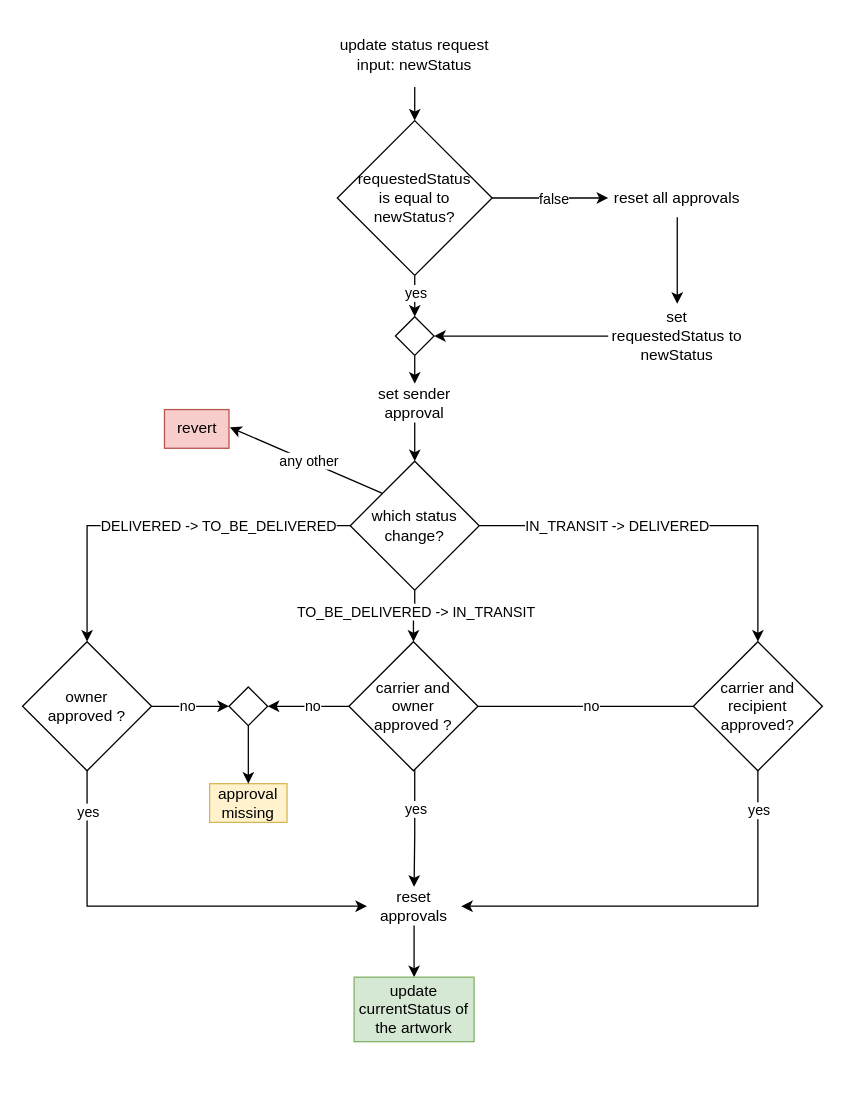
The draw.io diagram diagrams/update_status.drawio in artis-project/artis-thesis, before the edit. Source tidied: cells renumbered, new cells numbered last; positions are measured from the earlier drawing's top-left corner, leaving out a move shared by most shapes. Both pictures are drawn from the tidied source at 129%, with x=0, y=0 at pixel (22, 22).
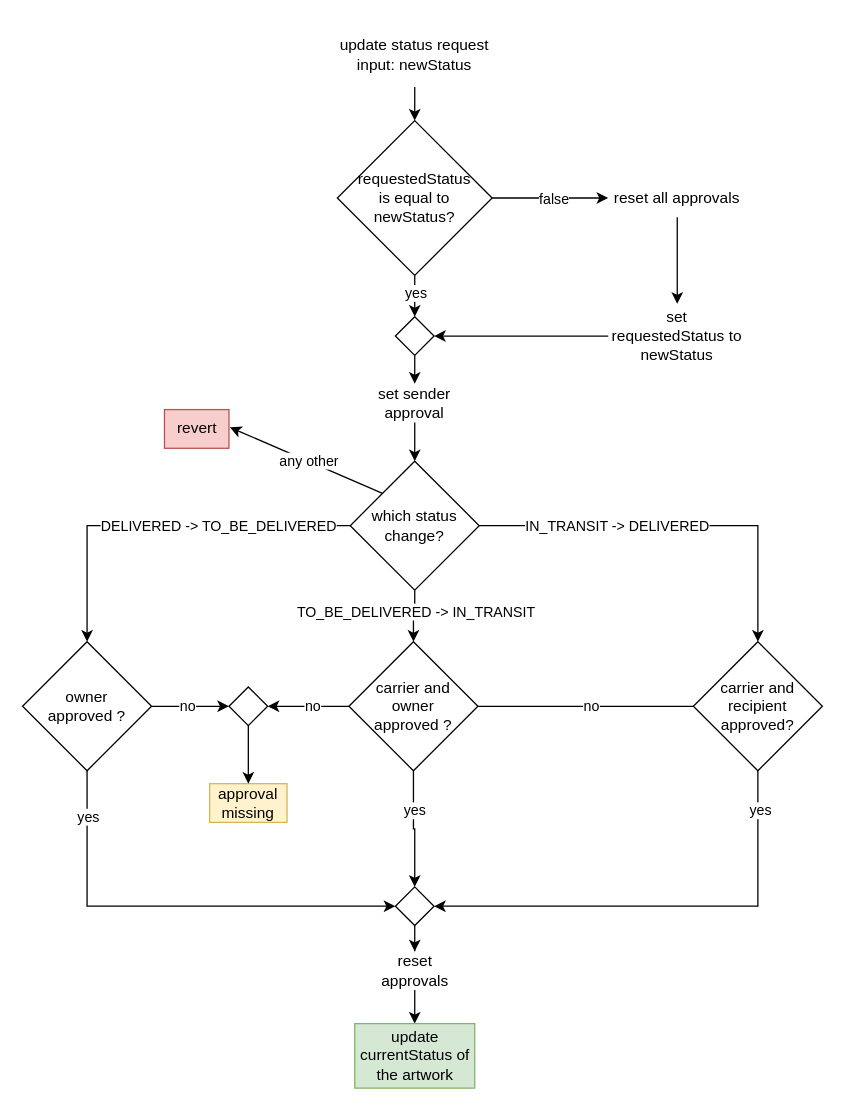
The same diagram, later.

The change refers to these unchanged cells:
```xml
<mxCell id="23" value="owner&lt;br&gt;approved ?" style="rhombus;whiteSpace=wrap;html=1;spacing=0;fontSize=12;" parent="1" vertex="1">
  <mxGeometry y="480" width="100" height="100" as="geometry" />
</mxCell>
<mxCell id="29" value="carrier and recipient approved?" style="rhombus;whiteSpace=wrap;html=1;" parent="1" vertex="1">
  <mxGeometry x="520" y="480" width="100" height="100" as="geometry" />
</mxCell>
<mxCell id="37" value="carrier and&lt;br&gt;owner &lt;br&gt;approved ?" style="rhombus;spacing=0;html=1;whiteSpace=wrap;" parent="1" vertex="1">
  <mxGeometry x="253" y="480" width="100" height="100" as="geometry" />
</mxCell>
```

Change to the diagram source:
```diff
@@
-    <mxCell id="19" style="edgeStyle=orthogonalEdgeStyle;rounded=0;jettySize=auto;html=1;entryX=0;entryY=0.5;entryDx=0;entryDy=0;" parent="1" edge="1" source="23" target="31">
+    <mxCell id="19" style="edgeStyle=orthogonalEdgeStyle;rounded=0;jettySize=auto;html=1;entryX=0;entryY=0.5;entryDx=0;entryDy=0;" parent="1" edge="1" source="23" target="49">
       <mxGeometry relative="1" as="geometry">
         <Array as="points">
           <mxPoint x="50" y="685" />
         </Array>
       </mxGeometry>
     </mxCell>
@@
-    <mxCell id="24" style="edgeStyle=orthogonalEdgeStyle;rounded=0;jettySize=auto;html=1;entryX=1;entryY=0.5;entryDx=0;entryDy=0;exitX=0.5;exitY=1;exitDx=0;exitDy=0;" parent="1" edge="1" source="29" target="31">
+    <mxCell id="24" style="edgeStyle=orthogonalEdgeStyle;rounded=0;jettySize=auto;html=1;entryX=1;entryY=0.5;entryDx=0;entryDy=0;exitX=0.5;exitY=1;exitDx=0;exitDy=0;" parent="1" edge="1" source="29" target="49">
       <mxGeometry relative="1" as="geometry">
         <Array as="points">
           <mxPoint x="570" y="685" />
         </Array>
       </mxGeometry>
     </mxCell>
     <mxCell id="25" value="yes" style="edgeLabel;html=1;align=center;verticalAlign=middle;" parent="24" vertex="1">
       <mxGeometry x="-0.01" relative="1" as="geometry">
-        <mxPoint x="61" y="-75" as="offset" />
+        <mxPoint x="72" y="-75" as="offset" />
       </mxGeometry>
     </mxCell>
@@
     <mxCell id="31" value="reset approvals" style="text;html=1;strokeColor=none;fillColor=none;align=center;verticalAlign=middle;whiteSpace=wrap;rounded=0;spacing=5;" parent="1" vertex="1">
-      <mxGeometry x="267" y="670" width="73" height="30" as="geometry" />
+      <mxGeometry x="267.5" y="720" width="73" height="30" as="geometry" />
     </mxCell>
     <mxCell id="32" value="update currentStatus of the artwork" style="text;html=1;strokeColor=#82b366;fillColor=#d5e8d4;align=center;verticalAlign=middle;whiteSpace=wrap;rounded=0;" parent="1" vertex="1">
-      <mxGeometry x="257" y="740" width="93" height="50" as="geometry" />
+      <mxGeometry x="257.5" y="776" width="93" height="50" as="geometry" />
     </mxCell>
@@
-    <mxCell id="35" style="edgeStyle=orthogonalEdgeStyle;rounded=0;jettySize=auto;html=1;entryX=0.5;entryY=0;entryDx=0;entryDy=0;" parent="1" edge="1" source="37" target="31">
-      <mxGeometry relative="1" as="geometry">
-        <Array as="points">
-          <mxPoint x="304" y="630" />
-          <mxPoint x="304" y="630" />
-        </Array>
-      </mxGeometry>
+    <mxCell id="35" style="edgeStyle=orthogonalEdgeStyle;rounded=0;jettySize=auto;html=1;entryX=0.5;entryY=0;entryDx=0;entryDy=0;" parent="1" edge="1" source="37" target="49">
+      <mxGeometry relative="1" as="geometry" />
     </mxCell>
@@
+    <mxCell id="48" style="edgeStyle=orthogonalEdgeStyle;rounded=0;jettySize=auto;html=1;entryX=0.5;entryY=0;entryDx=0;entryDy=0;" parent="1" edge="1" source="49" target="31">
+      <mxGeometry relative="1" as="geometry" />
+    </mxCell>
+    <mxCell id="49" style="rhombus;" parent="1" vertex="1">
+      <mxGeometry x="289" y="670" width="30" height="30" as="geometry" />
+    </mxCell>
```
